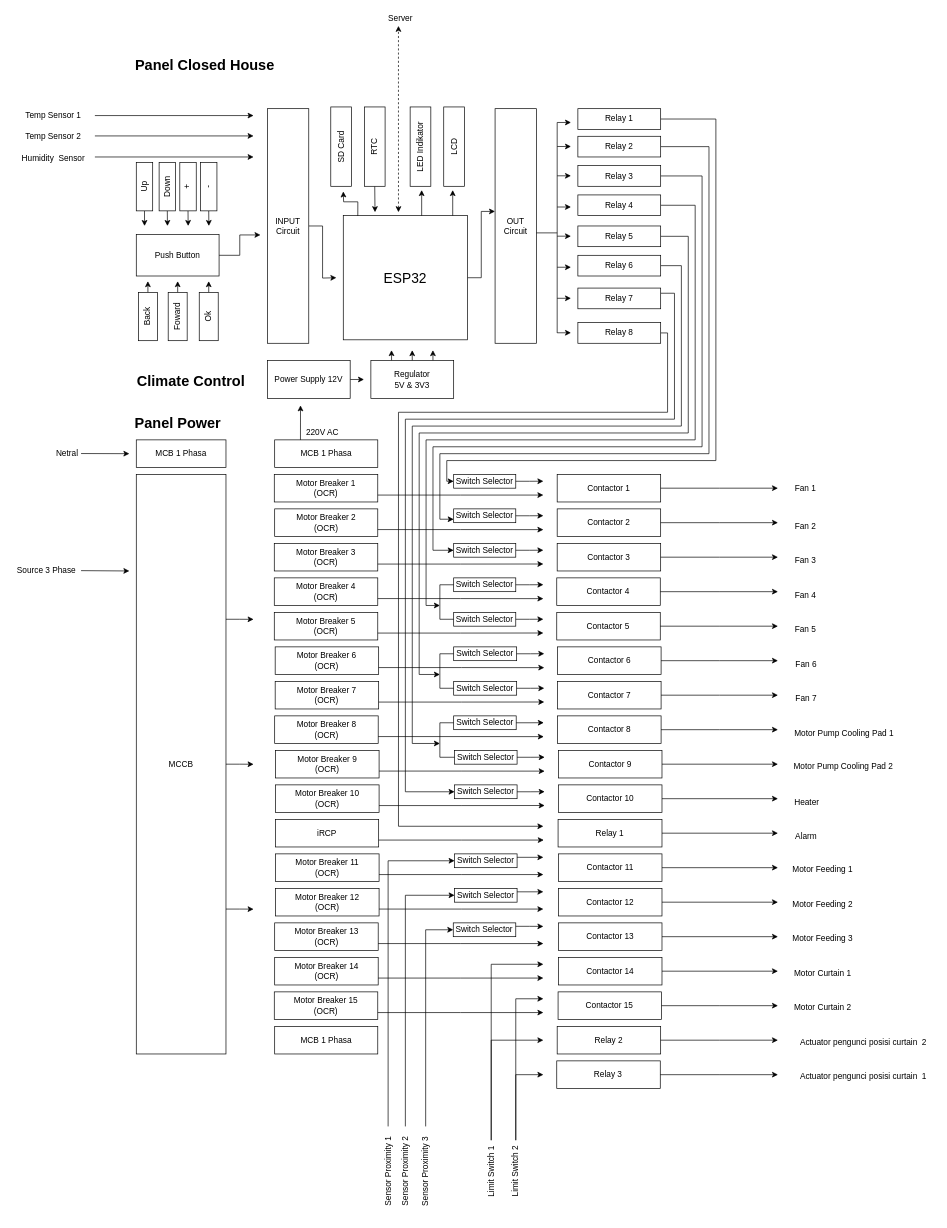
This is Block diagram R01.drawio from aufarachman39/Flowchart-PA, a draw.io file, before an edit. Source tidied: cells renumbered, new cells numbered last; positions are measured from the earlier drawing's top-left corner, leaving out a move shared by most shapes. Both pictures are drawn from the tidied source at 69%, with x=0, y=0 at pixel (12, 12).
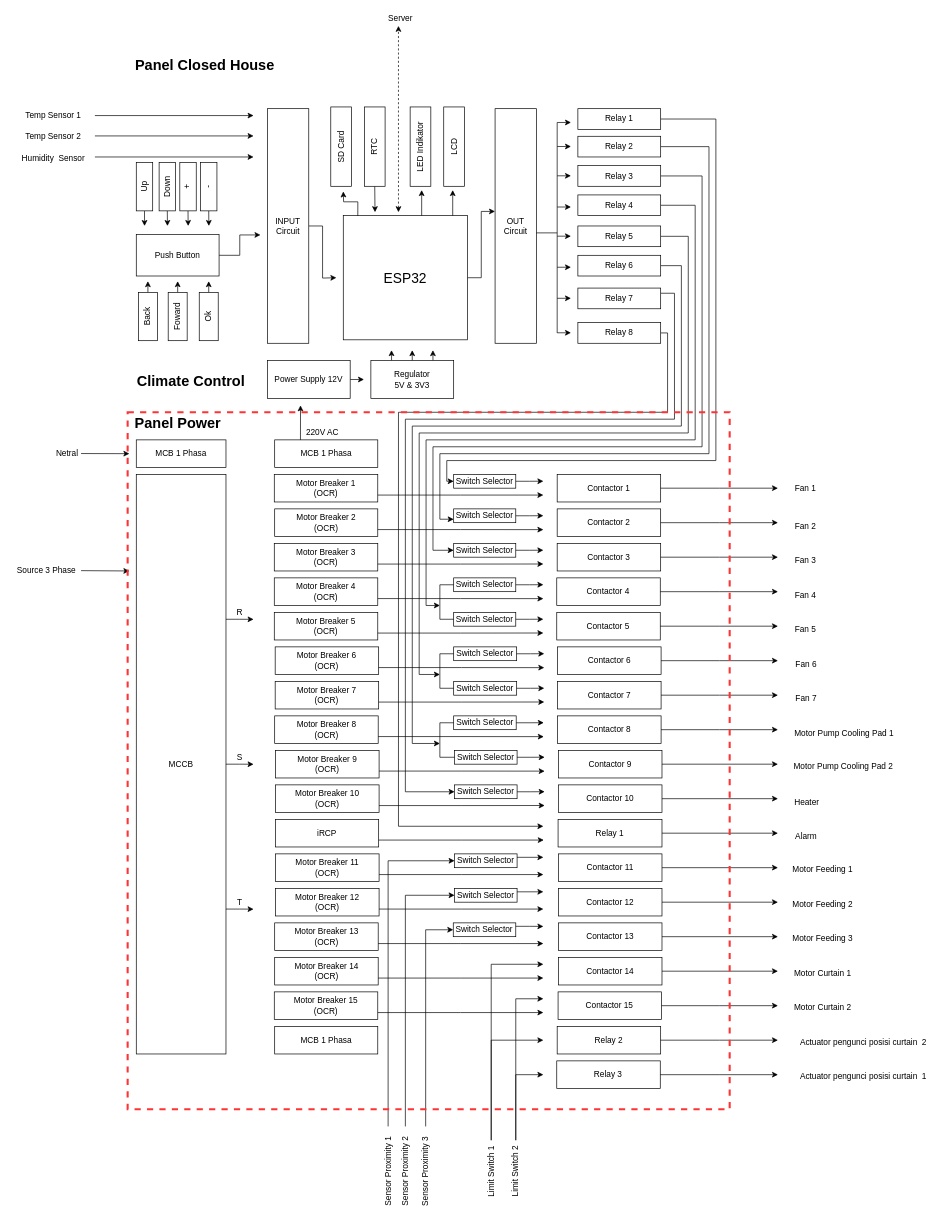
The same diagram, later.

Diff of the diagram source:
```diff
@@
+    <mxCell id="215" value="S" style="text;html=1;strokeColor=none;fillColor=none;align=center;verticalAlign=middle;whiteSpace=wrap;rounded=0;dashed=1;" parent="1" vertex="1">
+      <mxGeometry x="310" y="1070" width="40" height="20" as="geometry" />
+    </mxCell>
+    <mxCell id="216" value="R" style="text;html=1;strokeColor=none;fillColor=none;align=center;verticalAlign=middle;whiteSpace=wrap;rounded=0;dashed=1;" parent="1" vertex="1">
+      <mxGeometry x="310" y="860" width="40" height="20" as="geometry" />
+    </mxCell>
+    <mxCell id="217" value="T" style="text;html=1;strokeColor=none;fillColor=none;align=center;verticalAlign=middle;whiteSpace=wrap;rounded=0;dashed=1;" parent="1" vertex="1">
+      <mxGeometry x="310" y="1280" width="40" height="20" as="geometry" />
+    </mxCell>
+    <mxCell id="218" style="rounded=0;whiteSpace=wrap;html=1;dashed=1;strokeColor=#FF3333;strokeWidth=3;fillColor=none;" parent="1" vertex="1">
+      <mxGeometry x="167.5" y="580" width="872.5" height="1010" as="geometry" />
+    </mxCell>
```
